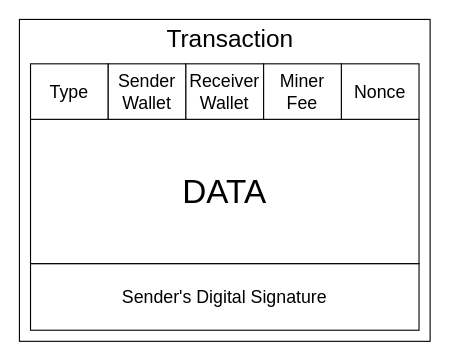
The draw.io diagram Diagrams/Transaction.drawio in MlgEpicBanana69/dreamveil, before the edit. Source tidied: cells renumbered, new cells numbered last; positions are measured from the earlier drawing's top-left corner, leaving out a move shared by most shapes. Both pictures are drawn from the tidied source at 111%, with x=0, y=0 at pixel (19, 19).
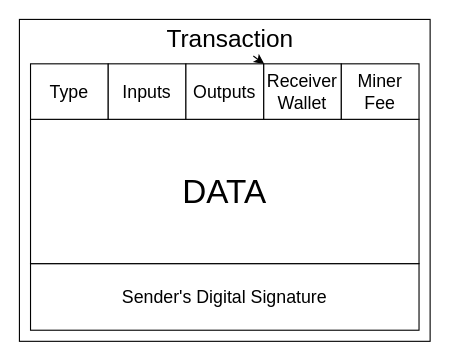
Above is the later version.

Commit message:
Changed Transaction model

The edit, as a diff of the source:
```diff
@@
 <mxGraphModel>
   <root>
     <mxCell id="0" />
     <mxCell id="1" parent="0" />
     <mxCell id="2" style="rounded=0;whiteSpace=wrap;html=1;" parent="1" vertex="1">
       <mxGeometry width="370" height="290" as="geometry" />
     </mxCell>
     <mxCell id="3" value="&lt;span&gt;&lt;font style=&quot;font-size: 16px&quot;&gt;Sender's Digital Signature&lt;/font&gt;&lt;/span&gt;" style="rounded=0;whiteSpace=wrap;html=1;" parent="1" vertex="1">
       <mxGeometry x="10" y="220" width="350" height="60" as="geometry" />
     </mxCell>
     <mxCell id="4" value="&lt;font style=&quot;font-size: 30px&quot;&gt;DATA&lt;/font&gt;" style="rounded=0;whiteSpace=wrap;html=1;" parent="1" vertex="1">
       <mxGeometry x="10" y="90" width="350" height="130" as="geometry" />
     </mxCell>
+    <mxCell id="11" style="edgeStyle=none;html=1;" parent="1" edge="1" source="5" target="8">
+      <mxGeometry relative="1" as="geometry" />
+    </mxCell>
     <mxCell id="5" value="&lt;font style=&quot;font-size: 22px;&quot;&gt;Transaction&lt;/font&gt;" style="text;html=1;strokeColor=none;fillColor=none;align=center;verticalAlign=middle;whiteSpace=wrap;rounded=0;fontSize=22;" parent="1" vertex="1">
       <mxGeometry x="115" y="3" width="150" height="30" as="geometry" />
     </mxCell>
     <mxCell id="6" value="Type" style="rounded=0;whiteSpace=wrap;html=1;fontSize=16;" parent="1" vertex="1">
       <mxGeometry x="10" y="40" width="70" height="50" as="geometry" />
     </mxCell>
-    <mxCell id="7" value="Sender&lt;br style=&quot;font-size: 16px;&quot;&gt;Wallet" style="rounded=0;whiteSpace=wrap;html=1;fontSize=16;" parent="1" vertex="1">
+    <mxCell id="7" value="Inputs" style="rounded=0;whiteSpace=wrap;html=1;fontSize=16;" parent="1" vertex="1">
       <mxGeometry x="80" y="40" width="70" height="50" as="geometry" />
     </mxCell>
     <mxCell id="8" value="Receiver&lt;br style=&quot;font-size: 16px;&quot;&gt;Wallet" style="rounded=0;whiteSpace=wrap;html=1;fontSize=16;" parent="1" vertex="1">
-      <mxGeometry x="150" y="40" width="70" height="50" as="geometry" />
+      <mxGeometry x="220" y="40" width="70" height="50" as="geometry" />
     </mxCell>
-    <mxCell id="9" value="Nonce" style="rounded=0;whiteSpace=wrap;html=1;fontSize=16;" parent="1" vertex="1">
-      <mxGeometry x="290" y="40" width="70" height="50" as="geometry" />
-    </mxCell>
     <mxCell id="10" value="Miner Fee" style="rounded=0;whiteSpace=wrap;html=1;fontSize=16;" parent="1" vertex="1">
-      <mxGeometry x="220" y="40" width="70" height="50" as="geometry" />
+      <mxGeometry x="290" y="40" width="70" height="50" as="geometry" />
     </mxCell>
+    <mxCell id="12" value="Outputs" style="rounded=0;whiteSpace=wrap;html=1;fontSize=16;" parent="1" vertex="1">
+      <mxGeometry x="150" y="40" width="70" height="50" as="geometry" />
+    </mxCell>
   </root>
 </mxGraphModel>
```
